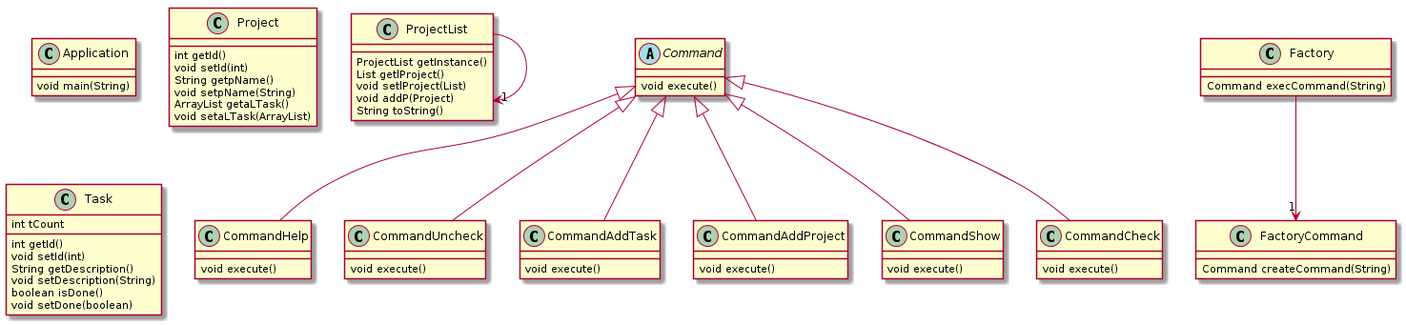
Before: uml.png, a diagram exported from PlantUML (vincin00b/cpoa).
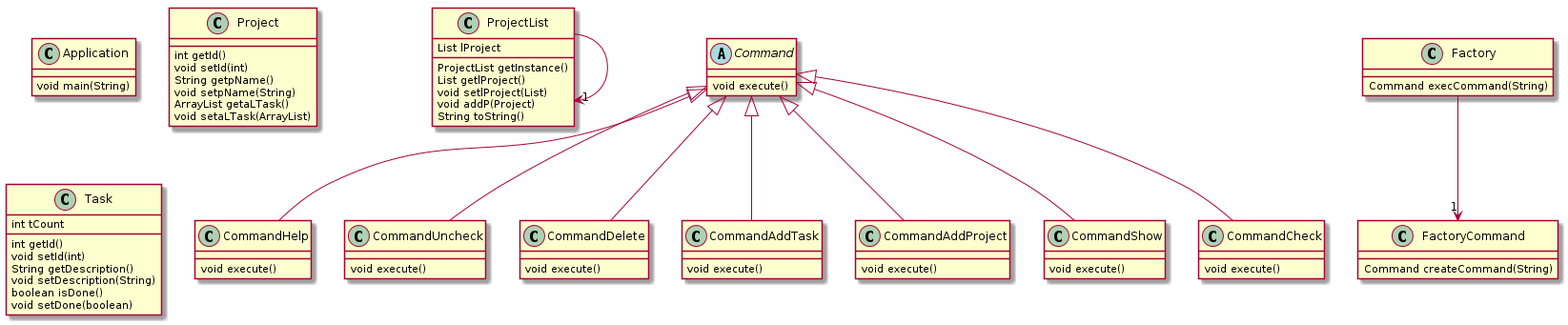
The same diagram one commit later.

Change to the diagram source:
```diff
@@ -9,6 +9,7 @@
 
 class CommandHelp
 class CommandUncheck
+class CommandDelete
 class CommandAddTask
 class FactoryCommand
 abstract Command
@@ -18,15 +19,27 @@
 class CommandCheck
 
 
-FactoryCommand : Command createCommand(String)
+ProjectList --> "1" ProjectList
+ProjectList : List lProject
+ProjectList : ProjectList getInstance()
+ProjectList : List getlProject()
+ProjectList : void setlProject(List)
+ProjectList : void addP(Project)
+ProjectList : String toString()
 
 Command <|-- CommandUncheck
 CommandUncheck : void execute()
 
-Command <|-- CommandAddTask
-CommandAddTask : void execute()
+Command <|-- CommandAddProject
+CommandAddProject : void execute()
+
+Factory --> "1" FactoryCommand
+Factory : Command execCommand(String)
 
 Application : void main(String)
+
+Command <|-- CommandShow
+CommandShow : void execute()
 
 Task : int tCount
 Task : int getId()
@@ -39,27 +52,6 @@
 Command <|-- CommandHelp
 CommandHelp : void execute()
 
-Command : void execute()
-
-Command <|-- CommandCheck
-CommandCheck : void execute()
-
-ProjectList --> "1" ProjectList
-ProjectList : ProjectList getInstance()
-ProjectList : List getlProject()
-ProjectList : void setlProject(List)
-ProjectList : void addP(Project)
-ProjectList : String toString()
-
-Command <|-- CommandShow
-CommandShow : void execute()
-
-Factory --> "1" FactoryCommand
-Factory : Command execCommand(String)
-
-Command <|-- CommandAddProject
-CommandAddProject : void execute()
-
 Project : int getId()
 Project : void setId(int)
 Project : String getpName()
@@ -67,4 +59,17 @@
 Project : ArrayList getaLTask()
 Project : void setaLTask(ArrayList)
 
+Command <|-- CommandDelete
+CommandDelete : void execute()
+
+Command : void execute()
+
+Command <|-- CommandCheck
+CommandCheck : void execute()
+
+Command <|-- CommandAddTask
+CommandAddTask : void execute()
+
+FactoryCommand : Command createCommand(String)
+
 @enduml
```
